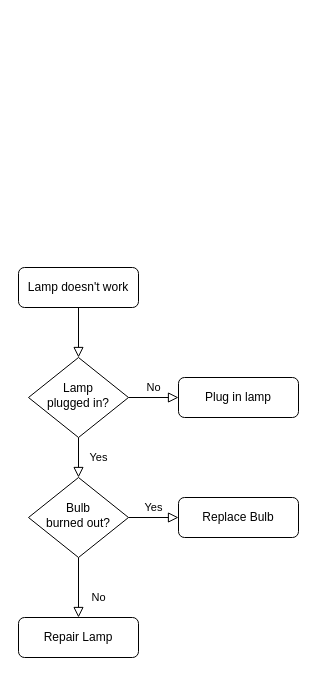
This is Диаграмма без названия.drawio from GokaPek/Noting, a draw.io file, before an edit. Source tidied: cells renumbered, new cells numbered last; positions are measured from the earlier drawing's top-left corner, leaving out a move shared by most shapes. Both pictures are drawn from the tidied source at 100%, with x=0, y=0 at pixel (18, 267).
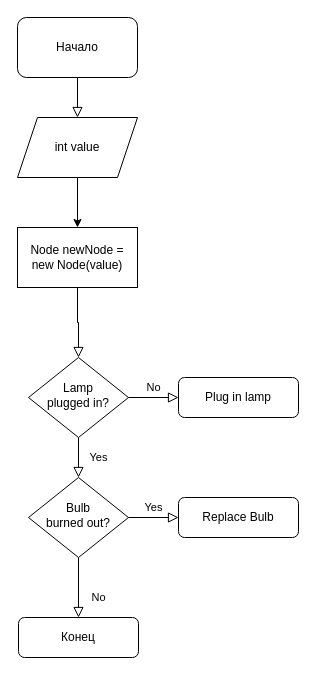
After the change.

The edit, as a diff of the source:
```diff
@@
 <mxGraphModel>
   <root>
     <mxCell id="0" />
     <mxCell id="1" parent="0" />
-    <mxCell id="2" style="rounded=0;html=1;jettySize=auto;fontSize=11;endArrow=block;endFill=0;endSize=8;strokeWidth=1;shadow=0;labelBackgroundColor=none;edgeStyle=orthogonalEdgeStyle;" parent="1" edge="1" source="3" target="6">
+    <mxCell id="2" style="rounded=0;html=1;jettySize=auto;fontSize=11;endArrow=block;endFill=0;endSize=8;strokeWidth=1;shadow=0;labelBackgroundColor=none;edgeStyle=orthogonalEdgeStyle;exitX=0.5;exitY=1;exitDx=0;exitDy=0;" parent="1" edge="1" source="17" target="6">
       <mxGeometry relative="1" as="geometry" />
     </mxCell>
-    <mxCell id="3" value="Lamp doesn't work" style="rounded=1;whiteSpace=wrap;html=1;fontSize=12;glass=0;strokeWidth=1;shadow=0;" parent="1" vertex="1">
-      <mxGeometry width="120" height="40" as="geometry" />
-    </mxCell>
     <mxCell id="4" value="Yes" style="rounded=0;html=1;jettySize=auto;fontSize=11;endArrow=block;endFill=0;endSize=8;strokeWidth=1;shadow=0;labelBackgroundColor=none;edgeStyle=orthogonalEdgeStyle;" parent="1" edge="1" source="6" target="10">
       <mxGeometry y="20" relative="1" as="geometry" />
     </mxCell>
     <mxCell id="5" value="No" style="edgeStyle=orthogonalEdgeStyle;rounded=0;html=1;jettySize=auto;fontSize=11;endArrow=block;endFill=0;endSize=8;strokeWidth=1;shadow=0;labelBackgroundColor=none;" parent="1" edge="1" source="6" target="7">
       <mxGeometry y="10" relative="1" as="geometry" />
     </mxCell>
     <mxCell id="6" value="Lamp&lt;br&gt;plugged in?" style="rhombus;whiteSpace=wrap;html=1;shadow=0;fontFamily=Helvetica;fontSize=12;align=center;strokeWidth=1;spacing=6;spacingTop=-4;" parent="1" vertex="1">
       <mxGeometry x="10" y="90" width="100" height="80" as="geometry" />
     </mxCell>
     <mxCell id="7" value="Plug in lamp" style="rounded=1;whiteSpace=wrap;html=1;fontSize=12;glass=0;strokeWidth=1;shadow=0;" parent="1" vertex="1">
       <mxGeometry x="160" y="110" width="120" height="40" as="geometry" />
     </mxCell>
     <mxCell id="8" value="No" style="rounded=0;html=1;jettySize=auto;fontSize=11;endArrow=block;endFill=0;endSize=8;strokeWidth=1;shadow=0;labelBackgroundColor=none;edgeStyle=orthogonalEdgeStyle;" parent="1" edge="1" source="10" target="11">
       <mxGeometry x="0.33" y="20" relative="1" as="geometry" />
     </mxCell>
     <mxCell id="9" value="Yes" style="edgeStyle=orthogonalEdgeStyle;rounded=0;html=1;jettySize=auto;fontSize=11;endArrow=block;endFill=0;endSize=8;strokeWidth=1;shadow=0;labelBackgroundColor=none;" parent="1" edge="1" source="10" target="12">
       <mxGeometry y="10" relative="1" as="geometry" />
     </mxCell>
     <mxCell id="10" value="Bulb&lt;br&gt;burned out?" style="rhombus;whiteSpace=wrap;html=1;shadow=0;fontFamily=Helvetica;fontSize=12;align=center;strokeWidth=1;spacing=6;spacingTop=-4;" parent="1" vertex="1">
       <mxGeometry x="10" y="210" width="100" height="80" as="geometry" />
     </mxCell>
-    <mxCell id="11" value="Repair Lamp" style="rounded=1;whiteSpace=wrap;html=1;fontSize=12;glass=0;strokeWidth=1;shadow=0;" parent="1" vertex="1">
+    <mxCell id="11" value="Конец" style="rounded=1;whiteSpace=wrap;html=1;fontSize=12;glass=0;strokeWidth=1;shadow=0;" parent="1" vertex="1">
       <mxGeometry y="350" width="120" height="40" as="geometry" />
     </mxCell>
     <mxCell id="12" value="Replace Bulb" style="rounded=1;whiteSpace=wrap;html=1;fontSize=12;glass=0;strokeWidth=1;shadow=0;" parent="1" vertex="1">
       <mxGeometry x="160" y="230" width="120" height="40" as="geometry" />
     </mxCell>
+    <mxCell id="13" style="edgeStyle=orthogonalEdgeStyle;rounded=0;jettySize=auto;html=1;entryX=0.5;entryY=0;entryDx=0;entryDy=0;" parent="1" edge="1" source="14" target="17">
+      <mxGeometry relative="1" as="geometry" />
+    </mxCell>
+    <mxCell id="14" value="int value" style="shape=parallelogram;perimeter=parallelogramPerimeter;whiteSpace=wrap;html=1;fixedSize=1;" parent="1" vertex="1">
+      <mxGeometry x="-1" y="-150" width="120" height="60" as="geometry" />
+    </mxCell>
+    <mxCell id="15" value="Начало" style="rounded=1;whiteSpace=wrap;html=1;" parent="1" vertex="1">
+      <mxGeometry x="-1" y="-250" width="120" height="60" as="geometry" />
+    </mxCell>
+    <mxCell id="16" style="rounded=0;html=1;jettySize=auto;fontSize=11;endArrow=block;endFill=0;endSize=8;strokeWidth=1;shadow=0;labelBackgroundColor=none;edgeStyle=orthogonalEdgeStyle;exitX=0.5;exitY=1;exitDx=0;exitDy=0;entryX=0.5;entryY=0;entryDx=0;entryDy=0;" parent="1" edge="1" source="15" target="14">
+      <mxGeometry relative="1" as="geometry" />
+    </mxCell>
+    <mxCell id="17" value="Node newNode = new Node(value)" style="rounded=0;whiteSpace=wrap;html=1;" parent="1" vertex="1">
+      <mxGeometry x="-1" y="-40" width="120" height="60" as="geometry" />
+    </mxCell>
   </root>
 </mxGraphModel>
```
